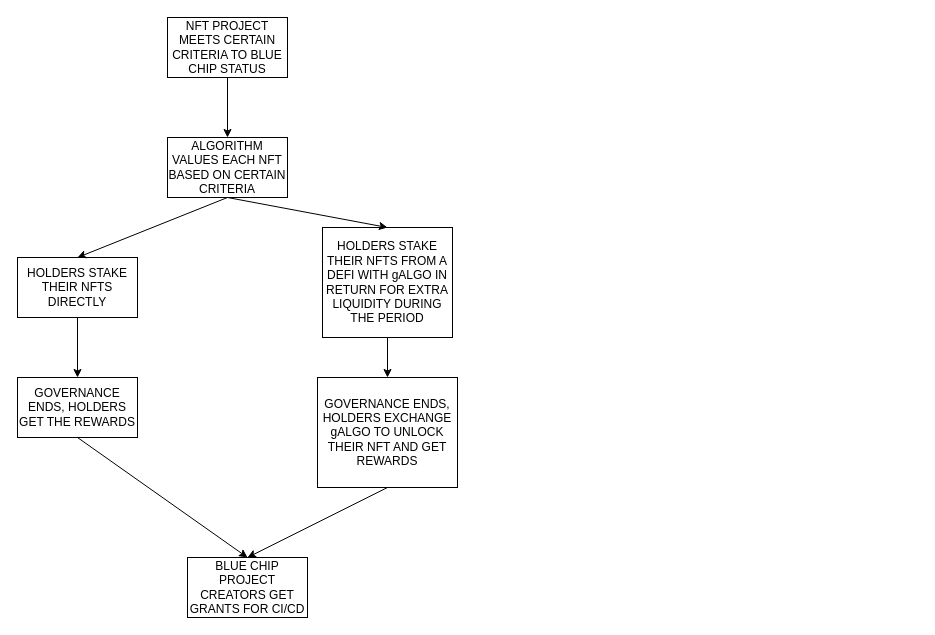
The draw.io diagram Untitled Diagram.drawio in gianniskok/agricultural-sc, before the edit. Source tidied: cells renumbered, new cells numbered last; positions are measured from the earlier drawing's top-left corner, leaving out a move shared by most shapes. Both pictures are drawn from the tidied source at 100%, with x=0, y=0 at pixel (17, 17).
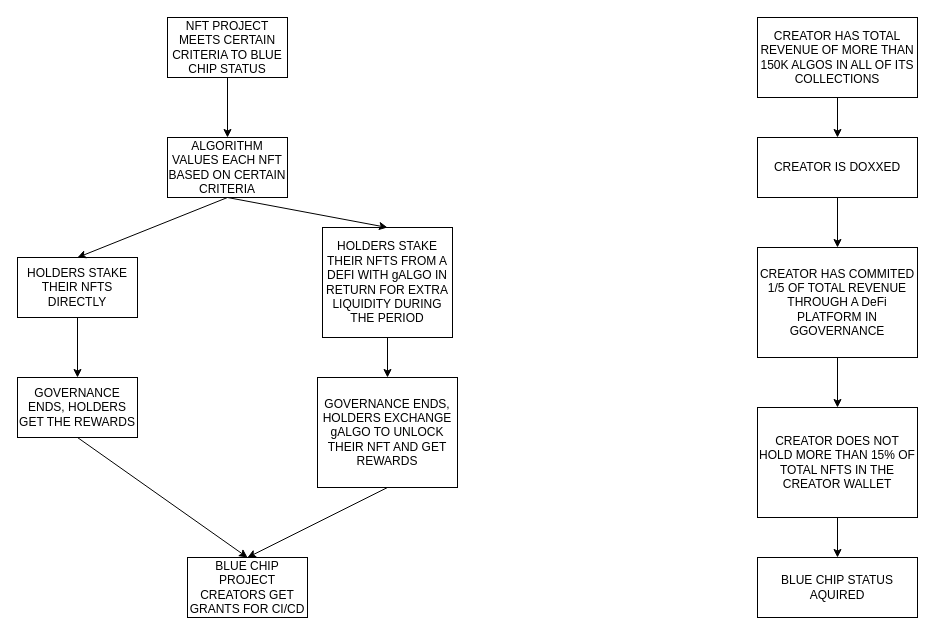
After the change.

Diff of the diagram source:
```diff
@@
+    <mxCell id="16" value="CREATOR HAS COMMITED 1/5 OF TOTAL REVENUE THROUGH A DeFi PLATFORM IN GGOVERNANCE" style="rounded=0;whiteSpace=wrap;html=1;" parent="1" vertex="1">
+      <mxGeometry x="740" y="230" width="160" height="110" as="geometry" />
+    </mxCell>
+    <mxCell id="17" value="CREATOR IS DOXXED" style="rounded=0;whiteSpace=wrap;html=1;" parent="1" vertex="1">
+      <mxGeometry x="740" y="120" width="160" height="60" as="geometry" />
+    </mxCell>
+    <mxCell id="18" value="CREATOR HAS TOTAL REVENUE OF MORE THAN 150K ALGOS IN ALL OF ITS COLLECTIONS" style="rounded=0;whiteSpace=wrap;html=1;" parent="1" vertex="1">
+      <mxGeometry x="740" width="160" height="80" as="geometry" />
+    </mxCell>
+    <mxCell id="19" value="CREATOR DOES NOT HOLD MORE THAN 15% OF TOTAL NFTS IN THE CREATOR WALLET" style="rounded=0;whiteSpace=wrap;html=1;" parent="1" vertex="1">
+      <mxGeometry x="740" y="390" width="160" height="110" as="geometry" />
+    </mxCell>
+    <mxCell id="20" value="BLUE CHIP STATUS AQUIRED" style="rounded=0;whiteSpace=wrap;html=1;" parent="1" vertex="1">
+      <mxGeometry x="740" y="540" width="160" height="60" as="geometry" />
+    </mxCell>
+    <mxCell id="21" style="endArrow=classic;html=1;rounded=0;exitX=0.5;exitY=1;exitDx=0;exitDy=0;entryX=0.5;entryY=0;entryDx=0;entryDy=0;" parent="1" edge="1" source="18" target="17">
+      <mxGeometry relative="1" as="geometry" />
+    </mxCell>
+    <mxCell id="22" style="endArrow=classic;html=1;rounded=0;exitX=0.5;exitY=1;exitDx=0;exitDy=0;entryX=0.5;entryY=0;entryDx=0;entryDy=0;" parent="1" edge="1" source="17" target="16">
+      <mxGeometry relative="1" as="geometry" />
+    </mxCell>
+    <mxCell id="23" style="endArrow=classic;html=1;rounded=0;exitX=0.5;exitY=1;exitDx=0;exitDy=0;entryX=0.5;entryY=0;entryDx=0;entryDy=0;" parent="1" edge="1" source="16" target="19">
+      <mxGeometry relative="1" as="geometry" />
+    </mxCell>
+    <mxCell id="24" style="endArrow=classic;html=1;rounded=0;exitX=0.5;exitY=1;exitDx=0;exitDy=0;entryX=0.5;entryY=0;entryDx=0;entryDy=0;" parent="1" edge="1" source="19" target="20">
+      <mxGeometry relative="1" as="geometry" />
+    </mxCell>
```
